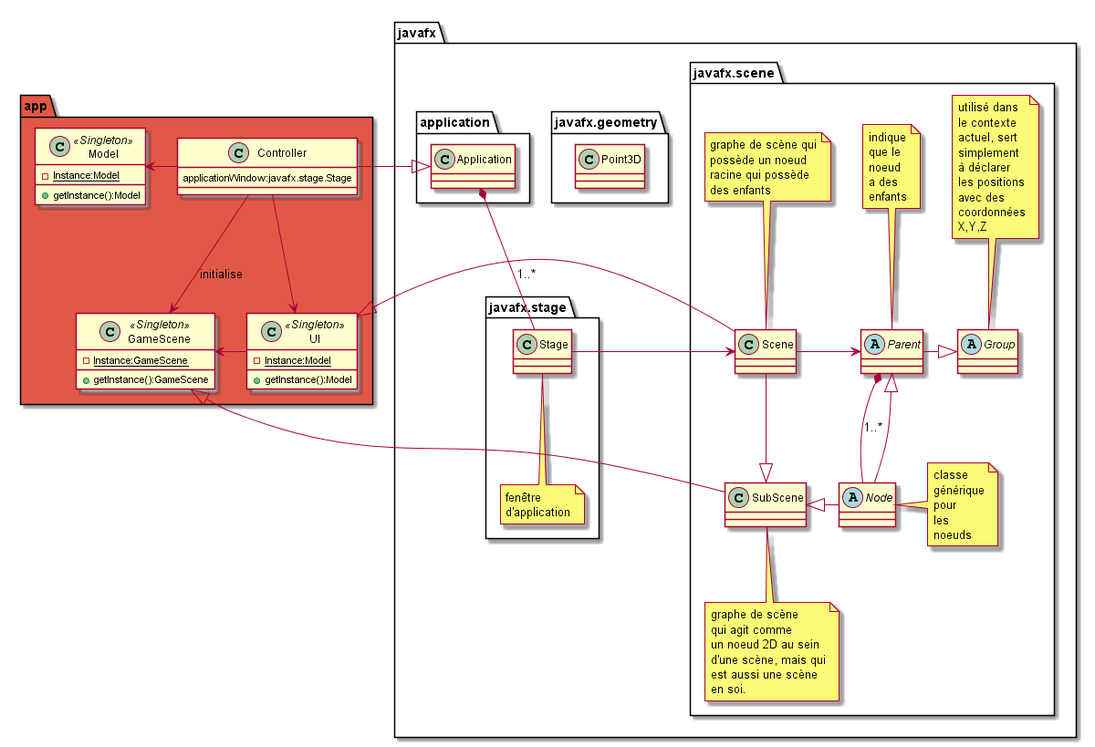
Above: uml/classes_001.png in the-zucc/coureur-de-bois (PlantUML), before the change.
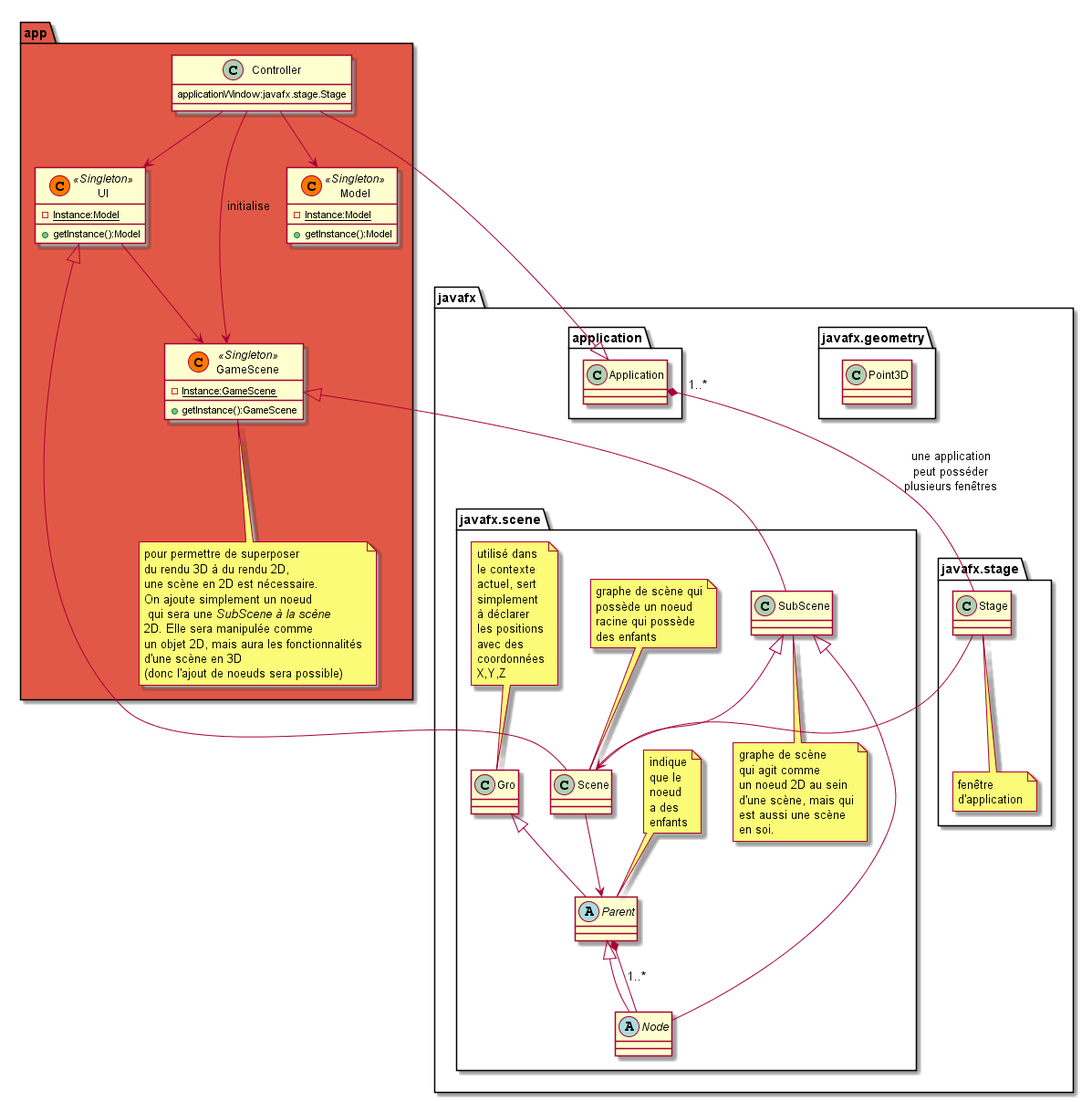
After the change.

Commit message:
avancements dans le document de presentation et dans le UML

Diff of the diagram source:
```diff
@@ -9,26 +9,27 @@
     package javafx.scene #ffffff{
         class Scene
         note top:graphe de scène qui\npossède un noeud\nracine qui possède\ndes enfants
-        Stage -left-> Scene
+        Stage --> Scene
 
 
-        abstract class Node
-        note right:classe\ngénérique\npour\nles\nnoeuds
-        Parent *-down- Node:"1..*"
+        abstract class Node{
+
+        }
+        Parent *-- Node:"1..*"
 
         class SubScene
         note bottom:graphe de scène\nqui agit comme\nun noeud 2D au sein\nd'une scène, mais qui\nest aussi une scène\nen soi.
-        SubScene <|-left- Node
-        SubScene <|-up- Scene
+        SubScene <|-- Node
+        SubScene <|-- Scene
 
         abstract class Parent
         note top:indique\nque le\nnoeud\na des\nenfants
-        Parent <|-down-Node
-        Scene -right-> Parent
+        Parent <|--Node
+        Scene --> Parent
 
-        abstract class Group
+        class Gro
         note top:utilisé dans\nle contexte\nactuel, sert\nsimplement\nà déclarer\nles positions\navec des\ncoordonnées\nX,Y,Z
-        Group <|-left- Parent
+        Gro <|-- Parent
     }
 
     package javafx.geometry{
@@ -38,11 +39,12 @@
         class Application{
 
         }
-        Application *-- Stage : "1..*"
+        Application "    1..*" *-- Stage: "une application\npeut posséder\nplusieurs fenêtres"
     }
 }
 
 package app #e25846{
+    skinparam stereotypeCBackgroundColor<<Singleton>> #FF7700
     class Model<<Singleton>>{
         - {static} Instance:Model
         + getInstance():Model
@@ -56,15 +58,16 @@
         - {static} Instance:GameScene
         + getInstance():GameScene
     }
+    note bottom:pour permettre de superposer\ndu rendu 3D à du rendu 2D,\nune scène en 2D est nécessaire.\nOn ajoute simplement un noeud\n qui sera une <i>SubScene à la scène\n2D. Elle sera manipulée comme\nun objet 2D, mais aura les fonctionnalités\nd'une scène en 3D\n(donc l'ajout de noeuds sera possible)
     GameScene <|-- SubScene
 
-    UI -left-> GameScene
+    UI --> GameScene
     class Controller{
         applicationWindow:javafx.stage.Stage
     }
     Controller --> UI
     Controller --> GameScene: "initialise"
-    Controller -left-> Model
-    Controller -left-|> Application
+    Controller --> Model
+    Controller --|> Application
 }
 @enduml
```
